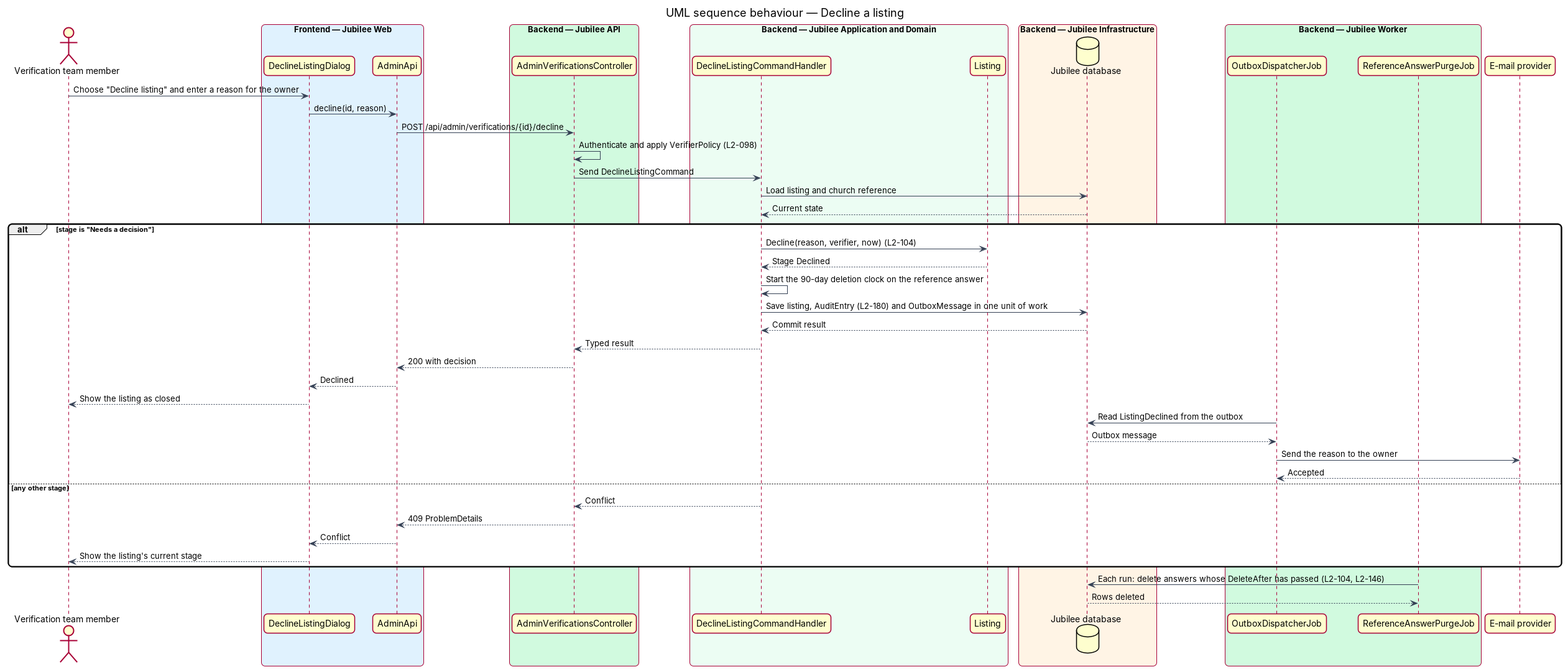
Before: docs/detailed-designs/verification/request-changes/diagrams/sequence-decline.png, a diagram exported from PlantUML (QuinntyneBrown/jubilee). Its source is kept beside it as docs/detailed-designs/verification/request-changes/diagrams/sequence-decline.puml.
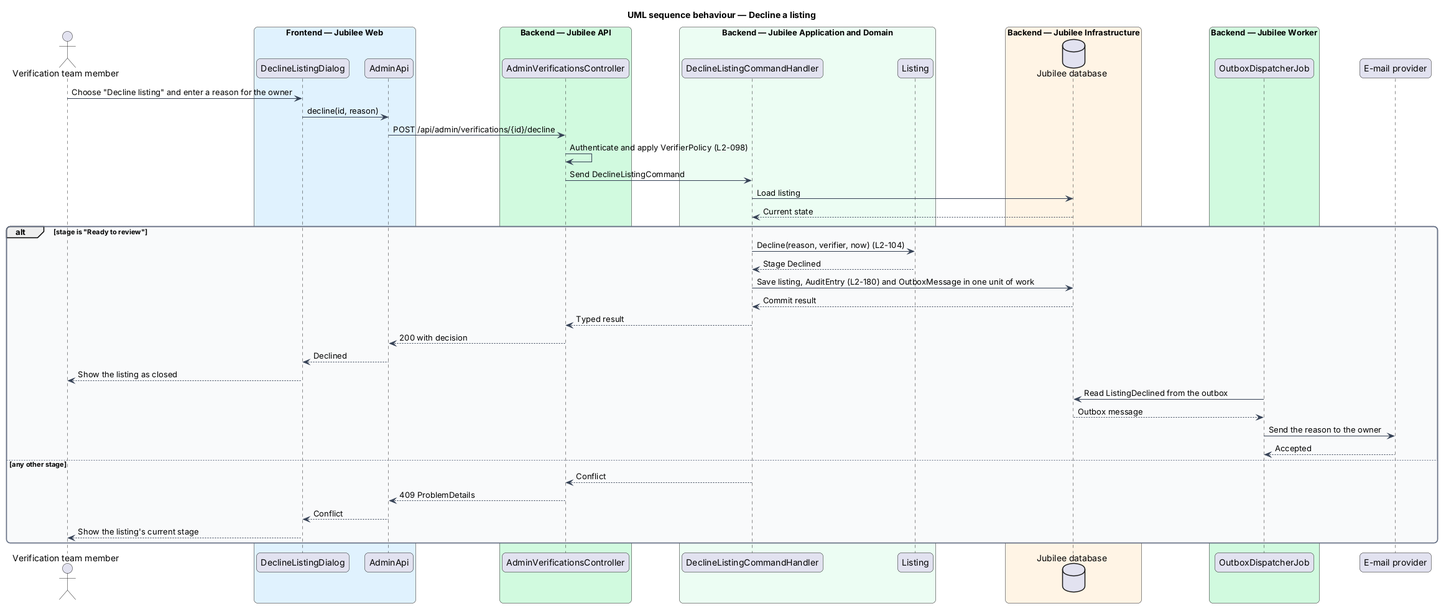
After the commit.

What changed in the source:
```diff
@@ -31,7 +31,6 @@
 end box
 box "Backend — Jubilee Worker" #D1FADF
   participant "OutboxDispatcherJob" as job
-  participant "ReferenceAnswerPurgeJob" as purge
 end box
 participant "E-mail provider" as email
 actor -> dialog : Choose "Decline listing" and enter a reason for the owner
@@ -39,12 +38,11 @@
 client -> controller : POST /api/admin/verifications/{id}/decline
 controller -> controller : Authenticate and apply VerifierPolicy (L2-098)
 controller -> handler : Send DeclineListingCommand
-handler -> db : Load listing and church reference
+handler -> db : Load listing
 db --> handler : Current state
-alt stage is "Needs a decision"
+alt stage is "Ready to review"
   handler -> entity : Decline(reason, verifier, now) (L2-104)
   entity --> handler : Stage Declined
-  handler -> handler : Start the 90-day deletion clock on the reference answer
   handler -> db : Save listing, AuditEntry (L2-180) and OutboxMessage in one unit of work
   db --> handler : Commit result
   handler --> controller : Typed result
@@ -61,6 +59,4 @@
   client --> dialog : Conflict
   dialog --> actor : Show the listing's current stage
 end
-purge -> db : Each run: delete answers whose DeleteAfter has passed (L2-104, L2-146)
-db --> purge : Rows deleted
 @enduml
```
